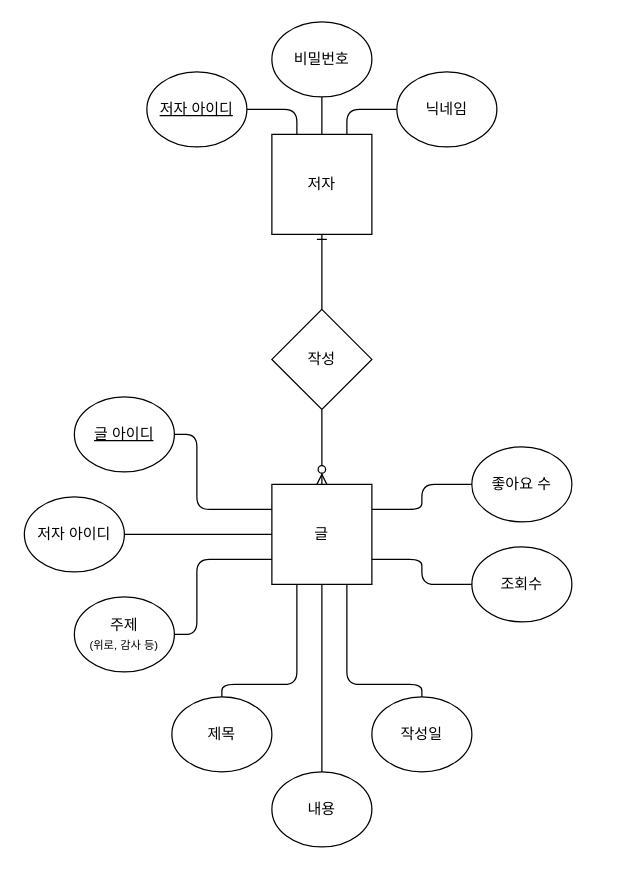
The draw.io diagram ERD/sentence.drawio in likedanana/ita, before the edit. Source tidied: cells renumbered, new cells numbered last; positions are measured from the earlier drawing's top-left corner, leaving out a move shared by most shapes. Both pictures are drawn from the tidied source at 125%, with x=0, y=0 at pixel (24, 21).
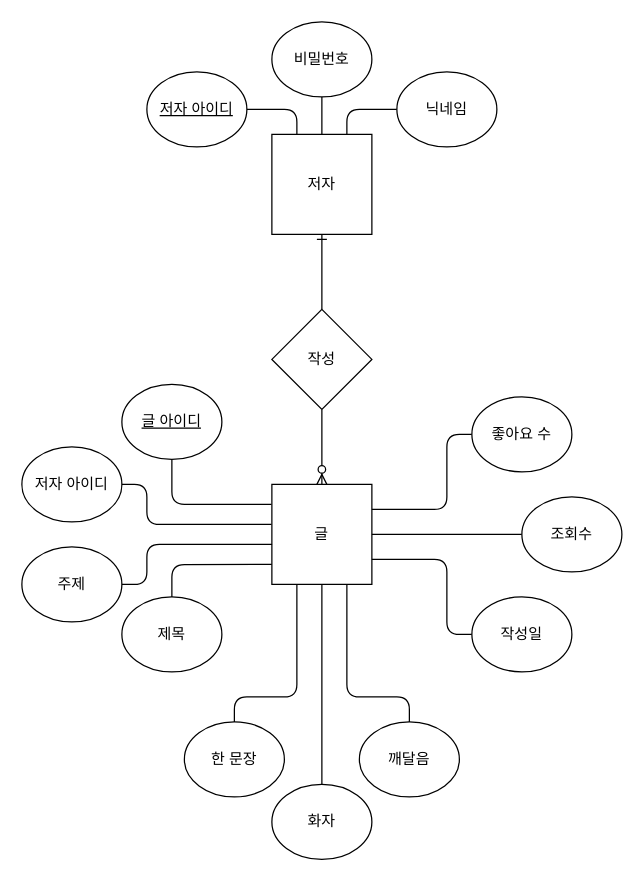
The same diagram, later.

Unchanged cells that the change refers to:
```xml
<mxCell id="4" value="글" style="rounded=0;whiteSpace=wrap;html=1;" parent="1" vertex="1">
  <mxGeometry x="198" y="370" width="80" height="80" as="geometry" />
</mxCell>
```

What changed in the source:
```diff
@@
-    <mxCell id="13" style="edgeStyle=orthogonalEdgeStyle;rounded=1;jettySize=auto;html=1;endArrow=none;endFill=0;entryX=0;entryY=0.25;entryDx=0;entryDy=0;" parent="1" edge="1" source="14" target="4">
+    <mxCell id="13" style="edgeStyle=orthogonalEdgeStyle;rounded=1;jettySize=auto;html=1;endArrow=none;endFill=0;entryX=-0.004;entryY=0.199;entryDx=0;entryDy=0;entryPerimeter=0;" parent="1" edge="1" source="14" target="4">
       <mxGeometry relative="1" as="geometry">
         <Array as="points">
-          <mxPoint x="138" y="330" />
-          <mxPoint x="138" y="390" />
+          <mxPoint x="118" y="386" />
         </Array>
       </mxGeometry>
     </mxCell>
     <mxCell id="14" value="&lt;u&gt;글 아이디&lt;/u&gt;" style="ellipse;whiteSpace=wrap;html=1;" parent="1" vertex="1">
-      <mxGeometry x="40" y="300" width="80" height="60" as="geometry" />
+      <mxGeometry x="78" y="290" width="80" height="60" as="geometry" />
     </mxCell>
-    <mxCell id="15" style="edgeStyle=orthogonalEdgeStyle;rounded=1;jettySize=auto;html=1;entryX=0;entryY=0.5;entryDx=0;entryDy=0;endArrow=none;endFill=0;" parent="1" edge="1" source="16" target="4">
-      <mxGeometry relative="1" as="geometry" />
+    <mxCell id="15" style="edgeStyle=orthogonalEdgeStyle;rounded=1;jettySize=auto;html=1;entryX=-0.004;entryY=0.4;entryDx=0;entryDy=0;endArrow=none;endFill=0;entryPerimeter=0;" parent="1" edge="1" source="16" target="4">
+      <mxGeometry relative="1" as="geometry">
+        <Array as="points">
+          <mxPoint x="98" y="370" />
+          <mxPoint x="98" y="402" />
+        </Array>
+      </mxGeometry>
     </mxCell>
     <mxCell id="16" value="저자 아이디" style="ellipse;whiteSpace=wrap;html=1;" parent="1" vertex="1">
-      <mxGeometry y="380" width="80" height="60" as="geometry" />
+      <mxGeometry x="-2" y="340" width="80" height="60" as="geometry" />
     </mxCell>
-    <mxCell id="17" style="edgeStyle=orthogonalEdgeStyle;rounded=1;jettySize=auto;html=1;entryX=0;entryY=0.75;entryDx=0;entryDy=0;endArrow=none;endFill=0;" parent="1" edge="1" source="18" target="4">
+    <mxCell id="17" style="edgeStyle=orthogonalEdgeStyle;rounded=1;jettySize=auto;html=1;entryX=0.002;entryY=0.6;entryDx=0;entryDy=0;endArrow=none;endFill=0;entryPerimeter=0;" parent="1" edge="1" source="18" target="4">
       <mxGeometry relative="1" as="geometry">
         <Array as="points">
-          <mxPoint x="138" y="490" />
-          <mxPoint x="138" y="430" />
+          <mxPoint x="98" y="450" />
+          <mxPoint x="98" y="418" />
         </Array>
       </mxGeometry>
     </mxCell>
-    <mxCell id="18" value="주제&lt;br&gt;&lt;font style=&quot;font-size: 9px&quot;&gt;(위로, 감사 등)&lt;/font&gt;" style="ellipse;whiteSpace=wrap;html=1;" parent="1" vertex="1">
-      <mxGeometry x="40" y="460" width="80" height="60" as="geometry" />
+    <mxCell id="18" value="주제" style="ellipse;whiteSpace=wrap;html=1;" parent="1" vertex="1">
+      <mxGeometry x="-2" y="420" width="80" height="60" as="geometry" />
     </mxCell>
@@
-    <mxCell id="20" value="내용" style="ellipse;whiteSpace=wrap;html=1;" parent="1" vertex="1">
-      <mxGeometry x="198" y="600" width="80" height="60" as="geometry" />
+    <mxCell id="20" value="화자" style="ellipse;whiteSpace=wrap;html=1;" parent="1" vertex="1">
+      <mxGeometry x="198" y="610" width="80" height="60" as="geometry" />
     </mxCell>
-    <mxCell id="21" style="edgeStyle=orthogonalEdgeStyle;rounded=1;jettySize=auto;html=1;entryX=0.25;entryY=1;entryDx=0;entryDy=0;endArrow=none;endFill=0;" parent="1" edge="1" source="22" target="4">
+    <mxCell id="21" style="edgeStyle=orthogonalEdgeStyle;rounded=1;jettySize=auto;html=1;entryX=-0.001;entryY=0.801;entryDx=0;entryDy=0;endArrow=none;endFill=0;entryPerimeter=0;" parent="1" edge="1" source="22" target="4">
       <mxGeometry relative="1" as="geometry">
         <Array as="points">
-          <mxPoint x="158" y="530" />
-          <mxPoint x="218" y="530" />
+          <mxPoint x="118" y="434" />
         </Array>
       </mxGeometry>
     </mxCell>
     <mxCell id="22" value="제목" style="ellipse;whiteSpace=wrap;html=1;" parent="1" vertex="1">
-      <mxGeometry x="118" y="540" width="80" height="60" as="geometry" />
+      <mxGeometry x="78" y="460" width="80" height="60" as="geometry" />
     </mxCell>
-    <mxCell id="23" style="edgeStyle=orthogonalEdgeStyle;rounded=1;jettySize=auto;html=1;entryX=0.75;entryY=1;entryDx=0;entryDy=0;endArrow=none;endFill=0;" parent="1" edge="1" source="24" target="4">
+    <mxCell id="23" style="edgeStyle=orthogonalEdgeStyle;rounded=1;jettySize=auto;html=1;entryX=1;entryY=0.75;entryDx=0;entryDy=0;endArrow=none;endFill=0;exitX=0;exitY=0.5;exitDx=0;exitDy=0;" parent="1" edge="1" source="24" target="4">
       <mxGeometry relative="1" as="geometry">
         <Array as="points">
-          <mxPoint x="318" y="530" />
-          <mxPoint x="258" y="530" />
+          <mxPoint x="338" y="490" />
+          <mxPoint x="338" y="430" />
         </Array>
       </mxGeometry>
     </mxCell>
     <mxCell id="24" value="작성일" style="ellipse;whiteSpace=wrap;html=1;" parent="1" vertex="1">
-      <mxGeometry x="278" y="540" width="80" height="60" as="geometry" />
+      <mxGeometry x="358" y="460" width="80" height="60" as="geometry" />
     </mxCell>
-    <mxCell id="25" style="edgeStyle=orthogonalEdgeStyle;rounded=1;jettySize=auto;html=1;entryX=1;entryY=0.75;entryDx=0;entryDy=0;endArrow=none;endFill=0;" parent="1" edge="1" source="26" target="4">
+    <mxCell id="25" style="edgeStyle=orthogonalEdgeStyle;rounded=1;jettySize=auto;html=1;entryX=1;entryY=0.5;entryDx=0;entryDy=0;endArrow=none;endFill=0;" parent="1" edge="1" source="26" target="4">
       <mxGeometry relative="1" as="geometry" />
     </mxCell>
     <mxCell id="26" value="조회수" style="ellipse;whiteSpace=wrap;html=1;" parent="1" vertex="1">
-      <mxGeometry x="358" y="420" width="80" height="60" as="geometry" />
+      <mxGeometry x="398" y="380" width="80" height="60" as="geometry" />
     </mxCell>
     <mxCell id="27" style="edgeStyle=orthogonalEdgeStyle;rounded=1;jettySize=auto;html=1;entryX=1;entryY=0.25;entryDx=0;entryDy=0;endArrow=none;endFill=0;" parent="1" edge="1" source="28" target="4">
-      <mxGeometry relative="1" as="geometry" />
+      <mxGeometry relative="1" as="geometry">
+        <Array as="points">
+          <mxPoint x="338" y="330" />
+          <mxPoint x="338" y="390" />
+        </Array>
+      </mxGeometry>
     </mxCell>
     <mxCell id="28" value="좋아요 수" style="ellipse;whiteSpace=wrap;html=1;" parent="1" vertex="1">
-      <mxGeometry x="358" y="340" width="80" height="60" as="geometry" />
+      <mxGeometry x="358" y="300" width="80" height="60" as="geometry" />
     </mxCell>
+    <mxCell id="29" style="edgeStyle=orthogonalEdgeStyle;rounded=1;jettySize=auto;html=1;entryX=0.25;entryY=1;entryDx=0;entryDy=0;endArrow=none;endFill=0;" parent="1" edge="1" source="30" target="4">
+      <mxGeometry relative="1" as="geometry">
+        <Array as="points">
+          <mxPoint x="168" y="540" />
+          <mxPoint x="218" y="540" />
+        </Array>
+      </mxGeometry>
+    </mxCell>
+    <mxCell id="30" value="한 문장" style="ellipse;whiteSpace=wrap;html=1;" parent="1" vertex="1">
+      <mxGeometry x="128" y="560" width="80" height="60" as="geometry" />
+    </mxCell>
+    <mxCell id="31" style="edgeStyle=orthogonalEdgeStyle;rounded=1;jettySize=auto;html=1;entryX=0.75;entryY=1;entryDx=0;entryDy=0;endArrow=none;endFill=0;" parent="1" edge="1" source="32" target="4">
+      <mxGeometry relative="1" as="geometry">
+        <Array as="points">
+          <mxPoint x="308" y="540" />
+          <mxPoint x="258" y="540" />
+        </Array>
+      </mxGeometry>
+    </mxCell>
+    <mxCell id="32" value="깨달음" style="ellipse;whiteSpace=wrap;html=1;" parent="1" vertex="1">
+      <mxGeometry x="268" y="560" width="80" height="60" as="geometry" />
+    </mxCell>
```
